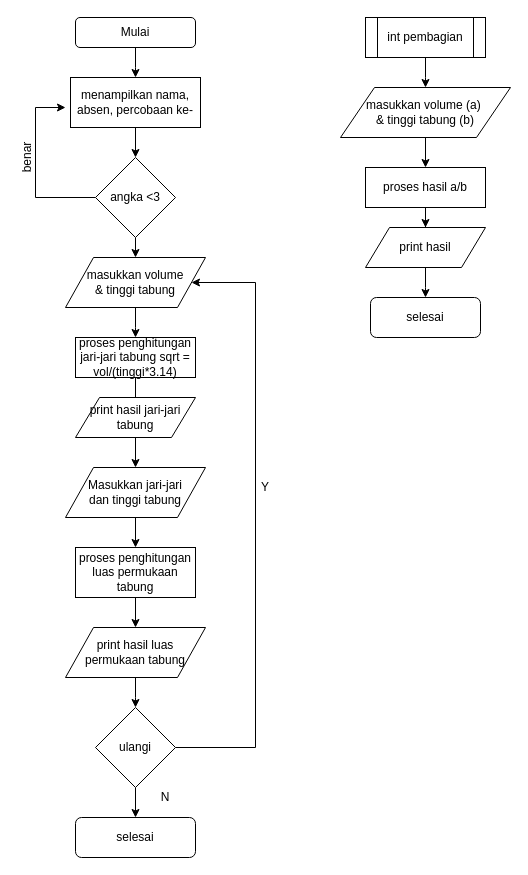
rifaatulmahmudah0998/Siti-Rifatul-Mahmudah keeps this draw.io diagram as flowcart tabung.drawio. Above is the earlier version. Source tidied: cells renumbered, new cells numbered last; positions are measured from the earlier drawing's top-left corner, leaving out a move shared by most shapes. Both pictures are drawn from the tidied source at 100%, with x=0, y=0 at pixel (7, 17).
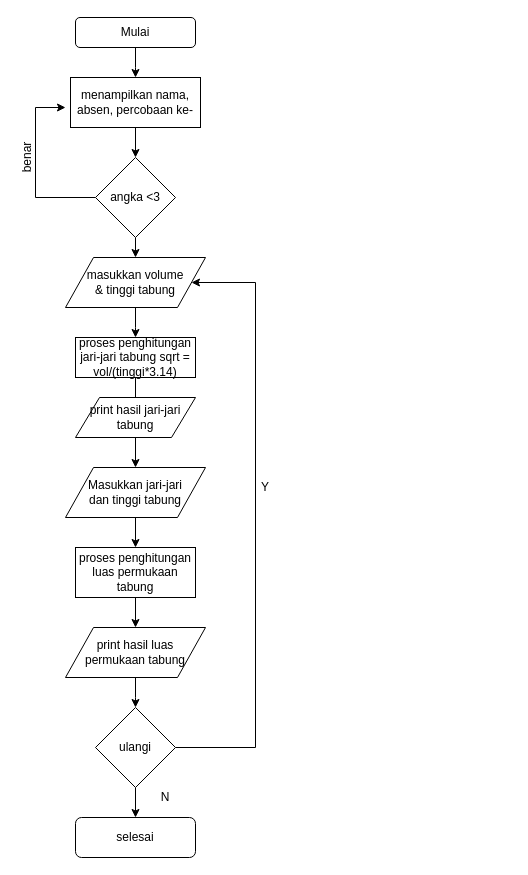
The same page after the edit.

What changed in the source:
```diff
@@
-    <mxCell id="26" style="edgeStyle=orthogonalEdgeStyle;rounded=0;jettySize=auto;html=1;" parent="1" edge="1" source="27">
-      <mxGeometry relative="1" as="geometry">
-        <mxPoint x="418" y="70" as="targetPoint" />
-      </mxGeometry>
-    </mxCell>
-    <mxCell id="27" value="int pembagian" style="shape=process;whiteSpace=wrap;html=1;backgroundOutline=1;" parent="1" vertex="1">
-      <mxGeometry x="358" width="120" height="40" as="geometry" />
-    </mxCell>
-    <mxCell id="28" style="edgeStyle=orthogonalEdgeStyle;rounded=0;jettySize=auto;html=1;" parent="1" edge="1" source="29" target="31">
-      <mxGeometry relative="1" as="geometry" />
-    </mxCell>
-    <mxCell id="29" value="&lt;span&gt;masukkan volume (a)&amp;nbsp;&lt;/span&gt;&lt;br&gt;&lt;span&gt;&amp;amp; tinggi tabung (b)&lt;/span&gt;" style="shape=parallelogram;perimeter=parallelogramPerimeter;whiteSpace=wrap;html=1;" parent="1" vertex="1">
-      <mxGeometry x="333" y="70" width="170" height="50" as="geometry" />
-    </mxCell>
-    <mxCell id="30" style="edgeStyle=orthogonalEdgeStyle;rounded=0;jettySize=auto;html=1;" parent="1" edge="1" source="31" target="34">
-      <mxGeometry relative="1" as="geometry" />
-    </mxCell>
-    <mxCell id="31" value="proses hasil a/b" style="rounded=0;whiteSpace=wrap;html=1;" parent="1" vertex="1">
-      <mxGeometry x="358" y="150" width="120" height="40" as="geometry" />
-    </mxCell>
-    <mxCell id="32" style="edgeStyle=orthogonalEdgeStyle;rounded=0;orthogonalLoop=1;jettySize=auto;html=1;exitX=0.5;exitY=1;exitDx=0;exitDy=0;" parent="1" edge="1" source="31" target="31">
-      <mxGeometry relative="1" as="geometry" />
-    </mxCell>
-    <mxCell id="33" style="edgeStyle=orthogonalEdgeStyle;rounded=0;jettySize=auto;html=1;" parent="1" edge="1" source="34">
-      <mxGeometry relative="1" as="geometry">
-        <mxPoint x="418" y="280" as="targetPoint" />
-      </mxGeometry>
-    </mxCell>
-    <mxCell id="34" value="print hasil" style="shape=parallelogram;perimeter=parallelogramPerimeter;whiteSpace=wrap;html=1;" parent="1" vertex="1">
-      <mxGeometry x="358" y="210" width="120" height="40" as="geometry" />
-    </mxCell>
-    <mxCell id="35" value="selesai" style="rounded=1;whiteSpace=wrap;html=1;" parent="1" vertex="1">
-      <mxGeometry x="363" y="280" width="110" height="40" as="geometry" />
-    </mxCell>
```
